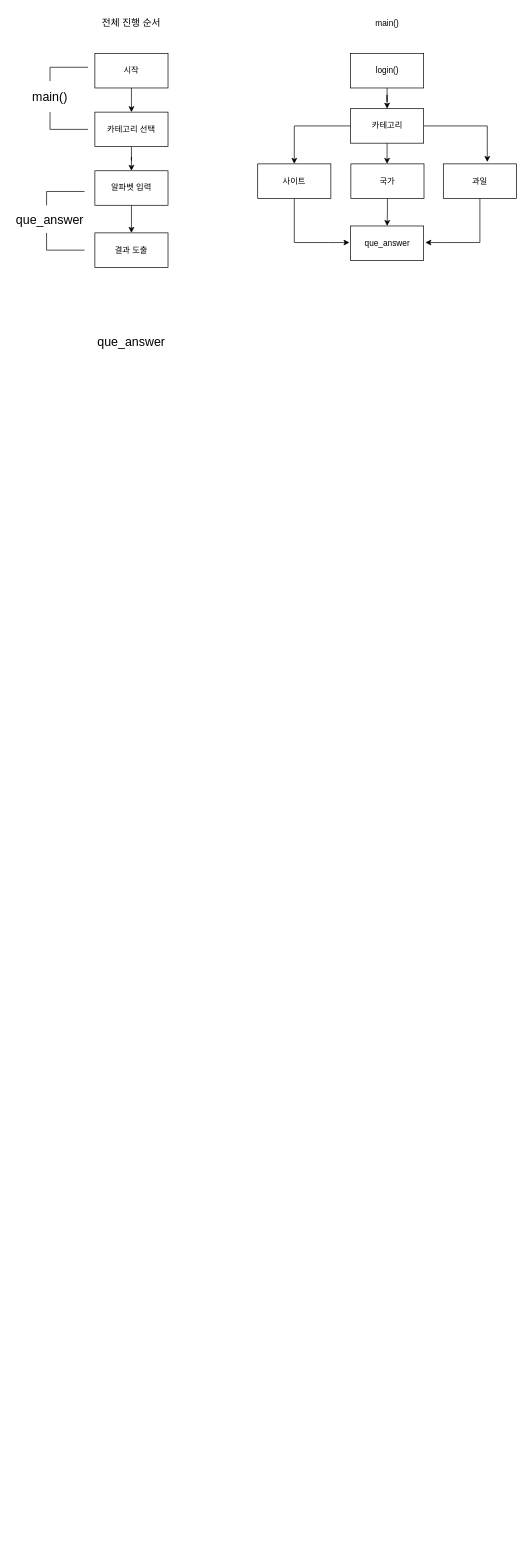
Earlier version of the draw.io diagram Project/C_행맨 프로젝트/Hangman_FullStory.drawio (springpoet/Big_data_study). Source tidied: cells renumbered, new cells numbered last; positions are measured from the earlier drawing's top-left corner, leaving out a move shared by most shapes. Both pictures are drawn from the tidied source at 69%, with x=0, y=0 at pixel (12, 12).
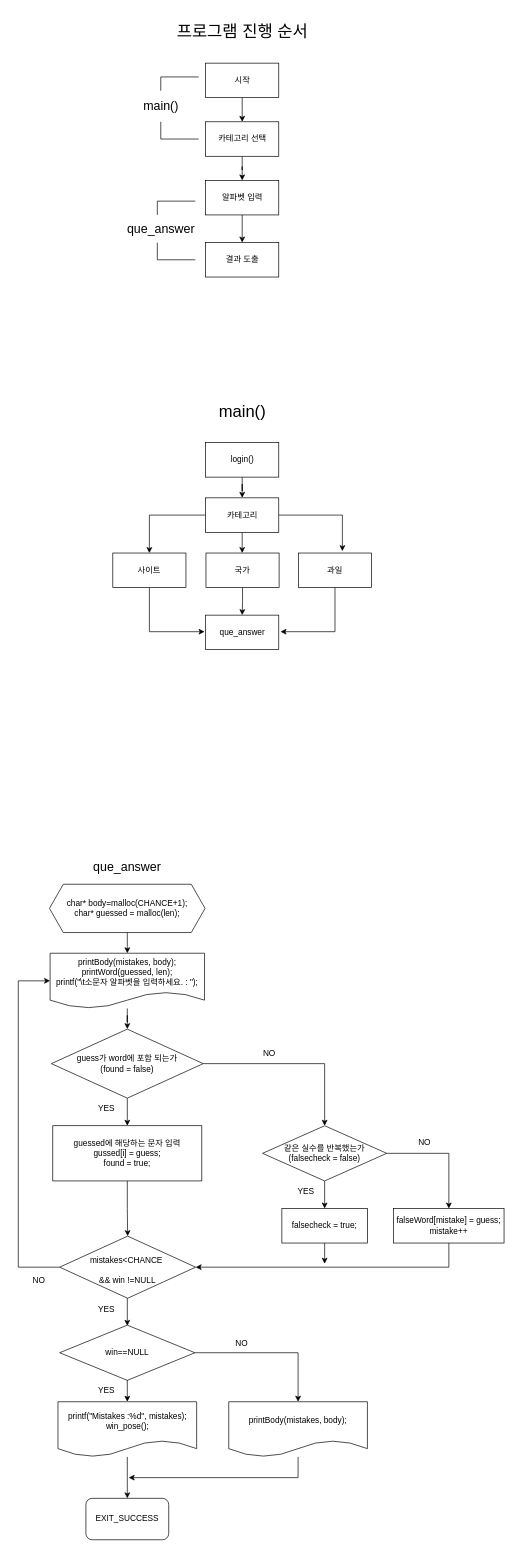
After the change.

Change to the diagram source:
```diff
@@
     <mxCell id="2" style="edgeStyle=orthogonalEdgeStyle;rounded=0;jettySize=auto;html=1;fontSize=18;" parent="1" edge="1" source="3">
       <mxGeometry relative="1" as="geometry">
-        <mxPoint x="173" y="145" as="targetPoint" />
+        <mxPoint x="333.5" y="159" as="targetPoint" />
       </mxGeometry>
     </mxCell>
     <mxCell id="3" value="시작" style="rounded=0;whiteSpace=wrap;html=1;" parent="1" vertex="1">
-      <mxGeometry x="120" y="60" width="106" height="50" as="geometry" />
+      <mxGeometry x="280.5" y="74" width="106" height="50" as="geometry" />
     </mxCell>
@@
     <mxCell id="5" value="카테고리 선택" style="rounded=0;whiteSpace=wrap;html=1;" parent="1" vertex="1">
-      <mxGeometry x="120" y="145" width="106" height="50" as="geometry" />
+      <mxGeometry x="280.5" y="159" width="106" height="50" as="geometry" />
     </mxCell>
-    <mxCell id="6" value="&lt;font style=&quot;font-size: 14px;&quot;&gt;전체 진행 순서&lt;/font&gt;" style="text;html=1;strokeColor=none;fillColor=none;align=center;verticalAlign=middle;whiteSpace=wrap;rounded=0;" parent="1" vertex="1">
-      <mxGeometry x="123" width="100" height="30" as="geometry" />
+    <mxCell id="6" value="&lt;font style=&quot;font-size: 24px;&quot;&gt;프로그램 진행 순서&lt;/font&gt;" style="text;html=1;strokeColor=none;fillColor=none;align=center;verticalAlign=middle;whiteSpace=wrap;rounded=0;" parent="1" vertex="1">
+      <mxGeometry x="210.8" y="4" width="245.5" height="50" as="geometry" />
     </mxCell>
@@
     <mxCell id="8" value="알파벳 입력" style="rounded=0;whiteSpace=wrap;html=1;" parent="1" vertex="1">
-      <mxGeometry x="120" y="230" width="106" height="50" as="geometry" />
+      <mxGeometry x="280.5" y="244" width="106" height="50" as="geometry" />
     </mxCell>
     <mxCell id="9" value="결과 도출" style="rounded=0;whiteSpace=wrap;html=1;" parent="1" vertex="1">
-      <mxGeometry x="120" y="320" width="106" height="50" as="geometry" />
+      <mxGeometry x="280.5" y="334" width="106" height="50" as="geometry" />
     </mxCell>
     <mxCell id="10" value="&lt;font style=&quot;font-size: 18px;&quot;&gt;main()&lt;/font&gt;" style="text;html=1;strokeColor=none;fillColor=none;align=center;verticalAlign=middle;whiteSpace=wrap;rounded=0;" parent="1" vertex="1">
-      <mxGeometry x="20" y="100" width="70" height="45" as="geometry" />
+      <mxGeometry x="180.5" y="114" width="70" height="45" as="geometry" />
     </mxCell>
     <mxCell id="11" value="que_answer" style="text;html=1;strokeColor=none;fillColor=none;align=center;verticalAlign=middle;whiteSpace=wrap;rounded=0;fontSize=18;" parent="1" vertex="1">
-      <mxGeometry y="286" width="110" height="30" as="geometry" />
+      <mxGeometry x="160.5" y="300" width="110" height="30" as="geometry" />
     </mxCell>
     <mxCell id="12" style="endArrow=none;html=1;rounded=0;fontSize=18;exitX=0.5;exitY=0;exitDx=0;exitDy=0;" parent="1" edge="1" source="10">
       <mxGeometry relative="1" as="geometry">
-        <mxPoint x="110" y="80" as="targetPoint" />
+        <mxPoint x="270.5" y="94" as="targetPoint" />
         <Array as="points">
-          <mxPoint x="55" y="80" />
+          <mxPoint x="215.5" y="94" />
         </Array>
       </mxGeometry>
     </mxCell>
     <mxCell id="13" style="endArrow=none;html=1;rounded=0;fontSize=18;exitX=0.5;exitY=0;exitDx=0;exitDy=0;" parent="1" edge="1">
       <mxGeometry relative="1" as="geometry">
-        <mxPoint x="50" y="280" as="sourcePoint" />
-        <mxPoint x="105" y="260" as="targetPoint" />
+        <mxPoint x="210.5" y="294" as="sourcePoint" />
+        <mxPoint x="265.5" y="274" as="targetPoint" />
         <Array as="points">
-          <mxPoint x="50" y="260" />
+          <mxPoint x="210.5" y="274" />
         </Array>
       </mxGeometry>
     </mxCell>
     <mxCell id="14" style="endArrow=none;html=1;rounded=0;fontSize=18;exitX=0.5;exitY=1;exitDx=0;exitDy=0;" parent="1" edge="1" source="10">
       <mxGeometry relative="1" as="geometry">
-        <mxPoint x="110" y="170" as="targetPoint" />
+        <mxPoint x="270.5" y="184" as="targetPoint" />
         <Array as="points">
-          <mxPoint x="55" y="170" />
+          <mxPoint x="215.5" y="184" />
         </Array>
       </mxGeometry>
     </mxCell>
     <mxCell id="15" style="endArrow=none;html=1;rounded=0;fontSize=18;exitX=0.5;exitY=1;exitDx=0;exitDy=0;" parent="1" edge="1">
       <mxGeometry relative="1" as="geometry">
-        <mxPoint x="50" y="320" as="sourcePoint" />
-        <mxPoint x="105" y="345" as="targetPoint" />
+        <mxPoint x="210.5" y="334" as="sourcePoint" />
+        <mxPoint x="265.5" y="359" as="targetPoint" />
         <Array as="points">
-          <mxPoint x="50" y="345" />
+          <mxPoint x="210.5" y="359" />
         </Array>
       </mxGeometry>
     </mxCell>
-    <mxCell id="16" value="&lt;font style=&quot;font-size: 12px;&quot;&gt;main()&lt;/font&gt;" style="text;html=1;strokeColor=none;fillColor=none;align=center;verticalAlign=middle;whiteSpace=wrap;rounded=0;fontSize=18;" parent="1" vertex="1">
-      <mxGeometry x="513.5" width="60" height="30" as="geometry" />
+    <mxCell id="16" value="&lt;font style=&quot;font-size: 24px;&quot;&gt;main()&lt;/font&gt;" style="text;html=1;strokeColor=none;fillColor=none;align=center;verticalAlign=middle;whiteSpace=wrap;rounded=0;fontSize=18;" parent="1" vertex="1">
+      <mxGeometry x="286" y="554" width="96" height="50" as="geometry" />
     </mxCell>
     <mxCell id="17" style="edgeStyle=orthogonalEdgeStyle;rounded=0;jettySize=auto;html=1;fontSize=12;" parent="1" edge="1" source="20">
       <mxGeometry relative="1" as="geometry">
-        <mxPoint x="543.5" y="220" as="targetPoint" />
+        <mxPoint x="333.5" y="784" as="targetPoint" />
       </mxGeometry>
     </mxCell>
@@
     <mxCell id="20" value="카테고리" style="rounded=0;whiteSpace=wrap;html=1;" parent="1" vertex="1">
-      <mxGeometry x="490.5" y="140" width="106" height="50" as="geometry" />
+      <mxGeometry x="280.5" y="704" width="106" height="50" as="geometry" />
     </mxCell>
@@
     <mxCell id="22" value="국가" style="rounded=0;whiteSpace=wrap;html=1;" parent="1" vertex="1">
-      <mxGeometry x="491" y="220" width="106" height="50" as="geometry" />
+      <mxGeometry x="281" y="784" width="106" height="50" as="geometry" />
     </mxCell>
     <mxCell id="23" style="edgeStyle=orthogonalEdgeStyle;rounded=0;jettySize=auto;html=1;fontSize=14;" parent="1" edge="1" source="24">
       <mxGeometry relative="1" as="geometry">
-        <mxPoint x="489" y="334" as="targetPoint" />
+        <mxPoint x="279" y="898" as="targetPoint" />
         <Array as="points">
-          <mxPoint x="409" y="334" />
-          <mxPoint x="459" y="334" />
+          <mxPoint x="199" y="898" />
+          <mxPoint x="249" y="898" />
         </Array>
       </mxGeometry>
     </mxCell>
     <mxCell id="24" value="사이트" style="rounded=0;whiteSpace=wrap;html=1;" parent="1" vertex="1">
-      <mxGeometry x="356" y="220" width="106" height="50" as="geometry" />
+      <mxGeometry x="146" y="784" width="106" height="50" as="geometry" />
     </mxCell>
     <mxCell id="25" style="edgeStyle=orthogonalEdgeStyle;rounded=0;jettySize=auto;html=1;fontSize=14;" parent="1" edge="1" source="26">
       <mxGeometry relative="1" as="geometry">
-        <mxPoint x="599" y="334" as="targetPoint" />
+        <mxPoint x="389" y="898" as="targetPoint" />
         <Array as="points">
-          <mxPoint x="678" y="334" />
-          <mxPoint x="629" y="334" />
+          <mxPoint x="468" y="898" />
+          <mxPoint x="419" y="898" />
         </Array>
       </mxGeometry>
     </mxCell>
     <mxCell id="26" value="과일" style="rounded=0;whiteSpace=wrap;html=1;" parent="1" vertex="1">
-      <mxGeometry x="625" y="220" width="106" height="50" as="geometry" />
+      <mxGeometry x="415" y="784" width="106" height="50" as="geometry" />
     </mxCell>
@@
     <mxCell id="28" value="login()" style="rounded=0;whiteSpace=wrap;html=1;" parent="1" vertex="1">
-      <mxGeometry x="490.5" y="60" width="106" height="50" as="geometry" />
+      <mxGeometry x="280.5" y="624" width="106" height="50" as="geometry" />
     </mxCell>
     <mxCell id="29" value="que_answer" style="rounded=0;whiteSpace=wrap;html=1;" parent="1" vertex="1">
-      <mxGeometry x="490.5" y="310" width="106" height="50" as="geometry" />
+      <mxGeometry x="280.5" y="874" width="106" height="50" as="geometry" />
     </mxCell>
     <mxCell id="30" value="&lt;font style=&quot;font-size: 18px;&quot;&gt;que_answer&lt;/font&gt;" style="text;html=1;strokeColor=none;fillColor=none;align=center;verticalAlign=middle;whiteSpace=wrap;rounded=0;fontSize=12;" parent="1" vertex="1">
-      <mxGeometry x="113" y="464" width="120" height="30" as="geometry" />
+      <mxGeometry x="107" y="1224" width="120" height="30" as="geometry" />
     </mxCell>
+    <mxCell id="31" style="edgeStyle=orthogonalEdgeStyle;rounded=0;jettySize=auto;html=1;entryX=0.5;entryY=0;entryDx=0;entryDy=0;" parent="1" edge="1" source="32" target="34">
+      <mxGeometry relative="1" as="geometry" />
+    </mxCell>
+    <mxCell id="32" value="char* body=malloc(CHANCE+1);&lt;br&gt;char* guessed = malloc(len);" style="shape=hexagon;perimeter=hexagonPerimeter2;whiteSpace=wrap;html=1;fixedSize=1;" parent="1" vertex="1">
+      <mxGeometry x="54.2" y="1264" width="225.5" height="70" as="geometry" />
+    </mxCell>
+    <mxCell id="33" style="edgeStyle=orthogonalEdgeStyle;rounded=0;jettySize=auto;html=1;entryX=0.5;entryY=0;entryDx=0;entryDy=0;" parent="1" edge="1" source="34" target="37">
+      <mxGeometry relative="1" as="geometry" />
+    </mxCell>
+    <mxCell id="34" value="printBody(mistakes, body);&lt;br&gt;&lt;div&gt;printWord(guessed, len);&lt;/div&gt;&lt;div&gt;&lt;span style=&quot;&quot;&gt;&#9;&#9;&lt;/span&gt;printf(&quot;\t소문자 알파벳을 입력하세요. : &quot;);&lt;/div&gt;" style="shape=document;whiteSpace=wrap;html=1;boundedLbl=1;" parent="1" vertex="1">
+      <mxGeometry x="55.1" y="1364" width="223.8" height="80" as="geometry" />
+    </mxCell>
+    <mxCell id="35" style="edgeStyle=orthogonalEdgeStyle;rounded=0;jettySize=auto;html=1;" parent="1" edge="1" source="37">
+      <mxGeometry relative="1" as="geometry">
+        <mxPoint x="453" y="1614" as="targetPoint" />
+        <Array as="points">
+          <mxPoint x="453" y="1524" />
+        </Array>
+      </mxGeometry>
+    </mxCell>
+    <mxCell id="36" style="edgeStyle=orthogonalEdgeStyle;rounded=0;jettySize=auto;html=1;" parent="1" edge="1" source="37">
+      <mxGeometry relative="1" as="geometry">
+        <mxPoint x="167" y="1614" as="targetPoint" />
+      </mxGeometry>
+    </mxCell>
+    <mxCell id="37" value="guess가 word에 포함 되는가&lt;br&gt;(found = false)" style="rhombus;whiteSpace=wrap;html=1;" parent="1" vertex="1">
+      <mxGeometry x="57" y="1474" width="220" height="100" as="geometry" />
+    </mxCell>
+    <mxCell id="38" value="YES" style="text;html=1;strokeColor=none;fillColor=none;align=center;verticalAlign=middle;whiteSpace=wrap;rounded=0;" parent="1" vertex="1">
+      <mxGeometry x="107" y="1574" width="60" height="30" as="geometry" />
+    </mxCell>
+    <mxCell id="39" value="NO" style="text;html=1;strokeColor=none;fillColor=none;align=center;verticalAlign=middle;whiteSpace=wrap;rounded=0;" parent="1" vertex="1">
+      <mxGeometry x="343" y="1494" width="60" height="30" as="geometry" />
+    </mxCell>
+    <mxCell id="40" style="edgeStyle=orthogonalEdgeStyle;rounded=0;jettySize=auto;html=1;entryX=0.5;entryY=0;entryDx=0;entryDy=0;" parent="1" edge="1" source="41" target="63">
+      <mxGeometry relative="1" as="geometry" />
+    </mxCell>
+    <mxCell id="41" value="guessed에 해당하는 문자 입력&lt;br&gt;gussed[i] = guess;&lt;br&gt;found = true;" style="rounded=0;whiteSpace=wrap;html=1;" parent="1" vertex="1">
+      <mxGeometry x="59" y="1614" width="216" height="80" as="geometry" />
+    </mxCell>
+    <mxCell id="42" style="edgeStyle=orthogonalEdgeStyle;rounded=0;jettySize=auto;html=1;entryX=0.5;entryY=0;entryDx=0;entryDy=0;" parent="1" edge="1" source="44" target="50">
+      <mxGeometry relative="1" as="geometry" />
+    </mxCell>
+    <mxCell id="43" style="edgeStyle=orthogonalEdgeStyle;rounded=0;jettySize=auto;html=1;entryX=0.5;entryY=0;entryDx=0;entryDy=0;" parent="1" edge="1" source="44" target="46">
+      <mxGeometry relative="1" as="geometry" />
+    </mxCell>
+    <mxCell id="44" value="같은 실수를 반복했는가&lt;br&gt;(falsecheck = false)" style="rhombus;whiteSpace=wrap;html=1;" parent="1" vertex="1">
+      <mxGeometry x="363" y="1614" width="180" height="80" as="geometry" />
+    </mxCell>
+    <mxCell id="45" style="edgeStyle=orthogonalEdgeStyle;rounded=0;jettySize=auto;html=1;" parent="1" edge="1" source="46">
+      <mxGeometry relative="1" as="geometry">
+        <mxPoint x="453" y="1814" as="targetPoint" />
+      </mxGeometry>
+    </mxCell>
+    <mxCell id="46" value="falsecheck = true;" style="rounded=0;whiteSpace=wrap;html=1;" parent="1" vertex="1">
+      <mxGeometry x="391" y="1734" width="124" height="50" as="geometry" />
+    </mxCell>
+    <mxCell id="47" value="YES" style="text;html=1;strokeColor=none;fillColor=none;align=center;verticalAlign=middle;whiteSpace=wrap;rounded=0;" parent="1" vertex="1">
+      <mxGeometry x="396" y="1694" width="60" height="30" as="geometry" />
+    </mxCell>
+    <mxCell id="48" value="NO" style="text;html=1;strokeColor=none;fillColor=none;align=center;verticalAlign=middle;whiteSpace=wrap;rounded=0;" parent="1" vertex="1">
+      <mxGeometry x="567.5" y="1624" width="60" height="30" as="geometry" />
+    </mxCell>
+    <mxCell id="49" style="edgeStyle=orthogonalEdgeStyle;rounded=0;jettySize=auto;html=1;entryX=1;entryY=0.5;entryDx=0;entryDy=0;" parent="1" edge="1" source="50" target="63">
+      <mxGeometry relative="1" as="geometry">
+        <Array as="points">
+          <mxPoint x="633" y="1819" />
+        </Array>
+      </mxGeometry>
+    </mxCell>
+    <mxCell id="50" value="falseWord[mistake] = guess;&lt;br&gt;mistake++" style="rounded=0;whiteSpace=wrap;html=1;" parent="1" vertex="1">
+      <mxGeometry x="553" y="1734" width="160" height="50" as="geometry" />
+    </mxCell>
+    <mxCell id="51" style="edgeStyle=orthogonalEdgeStyle;rounded=0;orthogonalLoop=1;jettySize=auto;html=1;" parent="1" edge="1">
+      <mxGeometry relative="1" as="geometry">
+        <mxPoint x="167" y="1964" as="sourcePoint" />
+        <mxPoint x="167" y="2014" as="targetPoint" />
+      </mxGeometry>
+    </mxCell>
+    <mxCell id="52" style="edgeStyle=orthogonalEdgeStyle;rounded=0;orthogonalLoop=1;jettySize=auto;html=1;" parent="1" edge="1">
+      <mxGeometry relative="1" as="geometry">
+        <mxPoint x="167" y="1854" as="sourcePoint" />
+        <mxPoint x="167" y="1904" as="targetPoint" />
+      </mxGeometry>
+    </mxCell>
+    <mxCell id="53" style="edgeStyle=orthogonalEdgeStyle;rounded=0;jettySize=auto;html=1;" parent="1" edge="1" source="54">
+      <mxGeometry relative="1" as="geometry">
+        <mxPoint x="167" y="2154" as="targetPoint" />
+      </mxGeometry>
+    </mxCell>
+    <mxCell id="54" value="&lt;div&gt;printf(&quot;Mistakes :%d&quot;, mistakes);&lt;/div&gt;&lt;div&gt;&lt;span style=&quot;&quot;&gt;&#9;&#9;&lt;/span&gt;win_pose();&lt;/div&gt;" style="shape=document;whiteSpace=wrap;html=1;boundedLbl=1;" parent="1" vertex="1">
+      <mxGeometry x="66.5" y="2014" width="201" height="80" as="geometry" />
+    </mxCell>
+    <mxCell id="55" style="edgeStyle=orthogonalEdgeStyle;rounded=0;jettySize=auto;html=1;" parent="1" edge="1" source="56">
+      <mxGeometry relative="1" as="geometry">
+        <mxPoint x="169" y="2124" as="targetPoint" />
+        <Array as="points">
+          <mxPoint x="415" y="2124" />
+        </Array>
+      </mxGeometry>
+    </mxCell>
+    <mxCell id="56" value="printBody(mistakes, body);" style="shape=document;whiteSpace=wrap;html=1;boundedLbl=1;" parent="1" vertex="1">
+      <mxGeometry x="314" y="2014" width="201" height="80" as="geometry" />
+    </mxCell>
+    <mxCell id="57" value="EXIT_SUCCESS" style="rounded=1;whiteSpace=wrap;html=1;" parent="1" vertex="1">
+      <mxGeometry x="107" y="2154" width="120" height="60" as="geometry" />
+    </mxCell>
+    <mxCell id="58" style="edgeStyle=orthogonalEdgeStyle;rounded=0;jettySize=auto;html=1;entryX=0.5;entryY=0;entryDx=0;entryDy=0;" parent="1" edge="1" source="59" target="56">
+      <mxGeometry relative="1" as="geometry" />
+    </mxCell>
+    <mxCell id="59" value="win==NULL" style="rhombus;whiteSpace=wrap;html=1;" parent="1" vertex="1">
+      <mxGeometry x="69" y="1903" width="196" height="80" as="geometry" />
+    </mxCell>
+    <mxCell id="60" value="NO" style="text;html=1;strokeColor=none;fillColor=none;align=center;verticalAlign=middle;whiteSpace=wrap;rounded=0;" parent="1" vertex="1">
+      <mxGeometry x="303" y="1914" width="60" height="30" as="geometry" />
+    </mxCell>
+    <mxCell id="61" value="YES" style="text;html=1;strokeColor=none;fillColor=none;align=center;verticalAlign=middle;whiteSpace=wrap;rounded=0;" parent="1" vertex="1">
+      <mxGeometry x="107" y="1983" width="60" height="30" as="geometry" />
+    </mxCell>
+    <mxCell id="62" style="edgeStyle=orthogonalEdgeStyle;rounded=0;jettySize=auto;html=1;fontSize=12;entryX=0;entryY=0.5;entryDx=0;entryDy=0;" parent="1" edge="1" source="63" target="34">
+      <mxGeometry relative="1" as="geometry">
+        <Array as="points">
+          <mxPoint x="9" y="1819" />
+          <mxPoint x="9" y="1404" />
+        </Array>
+      </mxGeometry>
+    </mxCell>
+    <mxCell id="63" value="&lt;font style=&quot;font-size: 12px;&quot;&gt;mistakes&amp;lt;CHANCE&amp;nbsp;&lt;br&gt;&amp;amp;&amp;amp; win !=NULL&lt;/font&gt;" style="rhombus;whiteSpace=wrap;html=1;fontSize=24;" parent="1" vertex="1">
+      <mxGeometry x="69" y="1774" width="197" height="90" as="geometry" />
+    </mxCell>
+    <mxCell id="64" value="YES" style="text;html=1;strokeColor=none;fillColor=none;align=center;verticalAlign=middle;whiteSpace=wrap;rounded=0;fontSize=12;" parent="1" vertex="1">
+      <mxGeometry x="107" y="1865" width="60" height="30" as="geometry" />
+    </mxCell>
+    <mxCell id="65" value="NO" style="text;html=1;strokeColor=none;fillColor=none;align=center;verticalAlign=middle;whiteSpace=wrap;rounded=0;fontSize=12;" parent="1" vertex="1">
+      <mxGeometry x="9" y="1824" width="60" height="30" as="geometry" />
+    </mxCell>
```
